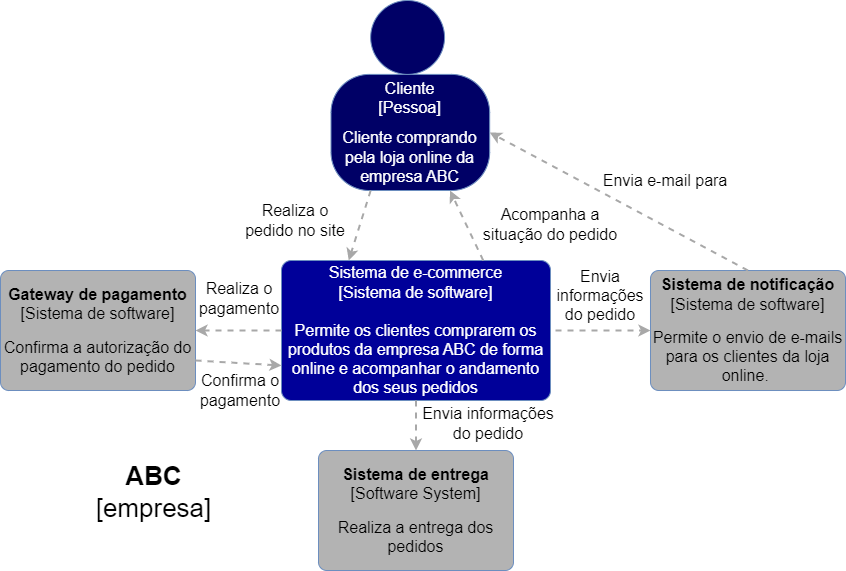
rpicanco/livro-eda keeps this draw.io diagram as cap10/imagens/diagrama-contexto-sistema.png. Above is the earlier version. Source tidied: cells renumbered, new cells last; positions are measured from the earlier drawing's top-left corner, leaving out a move shared by most shapes.
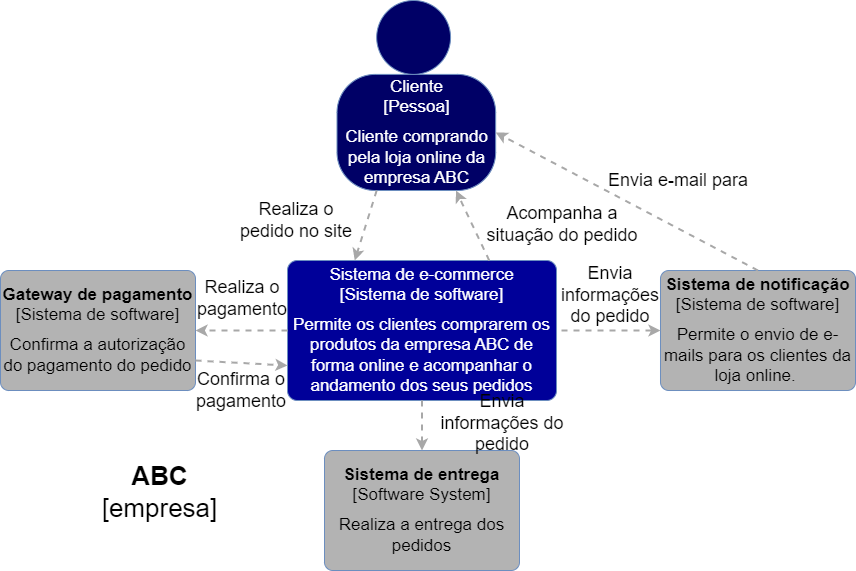
After the commit.

Change to the diagram source:
```diff
@@ -2,22 +2,22 @@
   <root>
     <mxCell id="0" />
     <mxCell id="1" parent="0" />
-    <object id="2" label="&lt;font style=&quot;font-size: 16px;&quot; color=&quot;#ffffff&quot;&gt;Sistema de e-commerce&lt;/font&gt;&lt;div style=&quot;font-size: 16px;&quot;&gt;&lt;font color=&quot;#ffffff&quot; style=&quot;font-size: 16px;&quot;&gt;[Sistema de software]&lt;br&gt;&lt;br&gt;&lt;/font&gt;&lt;/div&gt;&lt;div style=&quot;font-size: 16px;&quot;&gt;&lt;font color=&quot;#ffffff&quot; style=&quot;font-size: 16px;&quot;&gt;Permite os clientes comprarem os produtos da empresa ABC de forma online e acompanhar o andamento dos seus pedidos&lt;/font&gt;&lt;br&gt;&lt;/div&gt;" c4Description="Beschreibung" c4Name="name" c4Type="SoftwareSystem" placeholders="1">
+    <object id="2" label="&lt;font style=&quot;font-size: 17px;&quot; color=&quot;#ffffff&quot;&gt;Sistema de e-commerce&lt;/font&gt;&lt;div style=&quot;font-size: 17px;&quot;&gt;&lt;font color=&quot;#ffffff&quot; style=&quot;font-size: 17px;&quot;&gt;[Sistema de software]&lt;/font&gt;&lt;/div&gt;&lt;div style=&quot;font-size: 8px;&quot;&gt;&lt;font color=&quot;#ffffff&quot; style=&quot;font-size: 8px;&quot;&gt;&lt;br&gt;&lt;/font&gt;&lt;/div&gt;&lt;div style=&quot;font-size: 17px;&quot;&gt;&lt;font color=&quot;#ffffff&quot; style=&quot;font-size: 17px;&quot;&gt;Permite os clientes comprarem os produtos da empresa ABC de forma online e acompanhar o andamento dos seus pedidos&lt;/font&gt;&lt;br&gt;&lt;/div&gt;" c4Description="Beschreibung" c4Name="name" c4Type="SoftwareSystem" placeholders="1">
       <mxCell style="rounded=1;whiteSpace=wrap;html=1;labelBackgroundColor=none;fillColor=#000099;fontColor=#000000;align=center;arcSize=7;strokeColor=#6c8ebf;" parent="1" vertex="1">
         <mxGeometry x="281" y="260" width="269" height="140" as="geometry" />
       </mxCell>
     </object>
-    <object id="3" label="&lt;font style=&quot;font-size: 16px;&quot;&gt;&lt;font style=&quot;font-size: 16px;&quot;&gt;&lt;b style=&quot;&quot;&gt;Sistema de&amp;nbsp;&lt;/b&gt;&lt;/font&gt;&lt;b style=&quot;&quot;&gt;notificação&lt;/b&gt;&lt;/font&gt;&lt;div style=&quot;font-size: 16px;&quot;&gt;&lt;font style=&quot;font-size: 16px;&quot;&gt;[Sistema de software]&lt;/font&gt;&lt;/div&gt;&lt;div&gt;&lt;br&gt;&lt;/div&gt;&lt;div&gt;&lt;font style=&quot;font-size: 16px;&quot;&gt;Permite o envio de e-mails para os clientes da loja online.&amp;nbsp;&lt;/font&gt;&lt;/div&gt;" c4Description="Beschreibung" c4Name="name" c4Type="SoftwareSystem" placeholders="1">
+    <object id="3" label="&lt;font style=&quot;font-size: 17px;&quot;&gt;&lt;font style=&quot;font-size: 17px;&quot;&gt;&lt;b style=&quot;&quot;&gt;Sistema de&amp;nbsp;&lt;/b&gt;&lt;/font&gt;&lt;b style=&quot;&quot;&gt;notificação&lt;/b&gt;&lt;/font&gt;&lt;div style=&quot;font-size: 17px;&quot;&gt;&lt;font style=&quot;font-size: 17px;&quot;&gt;[Sistema de software]&lt;/font&gt;&lt;/div&gt;&lt;div style=&quot;font-size: 8px;&quot;&gt;&lt;font style=&quot;font-size: 8px;&quot;&gt;&lt;br&gt;&lt;/font&gt;&lt;/div&gt;&lt;div style=&quot;font-size: 17px;&quot;&gt;&lt;font style=&quot;font-size: 17px;&quot;&gt;Permite o envio de e-mails para os clientes da loja online.&amp;nbsp;&lt;/font&gt;&lt;/div&gt;" c4Description="Beschreibung" c4Name="name" c4Type="SoftwareSystem" placeholders="1">
       <mxCell style="rounded=1;whiteSpace=wrap;html=1;labelBackgroundColor=none;fillColor=#B3B3B3;fontColor=#000000;align=center;arcSize=7;strokeColor=#6c8ebf;" parent="1" vertex="1">
-        <mxGeometry x="650" y="270" width="195" height="120" as="geometry" />
+        <mxGeometry x="654" y="270" width="195" height="120" as="geometry" />
       </mxCell>
     </object>
-    <object id="4" label="&lt;font style=&quot;font-size: 16px;&quot;&gt;&lt;span style=&quot;background-color: initial;&quot;&gt;&lt;b style=&quot;&quot;&gt;Gateway de pagamento&lt;br&gt;&lt;/b&gt;&lt;/span&gt;&lt;span style=&quot;background-color: initial;&quot;&gt;[Sistema de software]&lt;/span&gt;&lt;/font&gt;&lt;br&gt;&lt;div&gt;&lt;br&gt;&lt;/div&gt;&lt;div&gt;&lt;font style=&quot;font-size: 16px;&quot;&gt;Confirma a autorização do pagamento do pedido&lt;/font&gt;&lt;/div&gt;" c4Description="Beschreibung" c4Name="name" c4Type="SoftwareSystem" placeholders="1">
+    <object id="4" label="&lt;font style=&quot;font-size: 17px;&quot;&gt;&lt;font style=&quot;font-size: 17px;&quot;&gt;&lt;span style=&quot;background-color: initial;&quot;&gt;&lt;b style=&quot;&quot;&gt;Gateway de pagamento&lt;br&gt;&lt;/b&gt;&lt;/span&gt;&lt;span style=&quot;background-color: initial;&quot;&gt;[Sistema de software]&lt;/span&gt;&lt;/font&gt;&lt;br&gt;&lt;/font&gt;&lt;div style=&quot;font-size: 8px;&quot;&gt;&lt;font style=&quot;font-size: 8px;&quot;&gt;&lt;br&gt;&lt;/font&gt;&lt;/div&gt;&lt;div style=&quot;font-size: 17px;&quot;&gt;&lt;font style=&quot;font-size: 17px;&quot;&gt;Confirma a autorização do pagamento do pedido&lt;/font&gt;&lt;/div&gt;" c4Description="Beschreibung" c4Name="name" c4Type="SoftwareSystem" placeholders="1">
       <mxCell style="rounded=1;whiteSpace=wrap;html=1;labelBackgroundColor=none;fillColor=#B3B3B3;fontColor=#000000;align=center;arcSize=7;strokeColor=#6c8ebf;" parent="1" vertex="1">
-        <mxGeometry y="270" width="195" height="120" as="geometry" />
+        <mxGeometry x="-6" y="270" width="195" height="120" as="geometry" />
       </mxCell>
     </object>
-    <object id="5" label="&lt;font style=&quot;font-size: 16px;&quot;&gt;&lt;b style=&quot;&quot;&gt;Sistema de entrega&lt;/b&gt;&lt;/font&gt;&lt;div style=&quot;font-size: 16px;&quot;&gt;&lt;font style=&quot;font-size: 16px;&quot;&gt;[Software System]&lt;/font&gt;&lt;/div&gt;&lt;div&gt;&lt;br&gt;&lt;/div&gt;&lt;div&gt;&lt;font style=&quot;font-size: 16px;&quot;&gt;Realiza a entrega dos pedidos&lt;/font&gt;&lt;/div&gt;" c4Description="Beschreibung" c4Name="name" c4Type="SoftwareSystem" placeholders="1">
+    <object id="5" label="&lt;font style=&quot;font-size: 17px;&quot;&gt;&lt;b style=&quot;&quot;&gt;Sistema de entrega&lt;/b&gt;&lt;/font&gt;&lt;div style=&quot;font-size: 17px;&quot;&gt;&lt;font style=&quot;font-size: 17px;&quot;&gt;[Software System]&lt;/font&gt;&lt;/div&gt;&lt;div style=&quot;font-size: 8px;&quot;&gt;&lt;font style=&quot;font-size: 8px;&quot;&gt;&lt;br&gt;&lt;/font&gt;&lt;/div&gt;&lt;div style=&quot;font-size: 17px;&quot;&gt;&lt;font style=&quot;font-size: 17px;&quot;&gt;Realiza a entrega dos pedidos&lt;/font&gt;&lt;/div&gt;" c4Description="Beschreibung" c4Name="name" c4Type="SoftwareSystem" placeholders="1">
       <mxCell style="rounded=1;whiteSpace=wrap;html=1;labelBackgroundColor=none;fillColor=#B3B3B3;fontColor=#000000;align=center;arcSize=7;strokeColor=#6c8ebf;" parent="1" vertex="1">
         <mxGeometry x="318" y="450" width="195" height="120" as="geometry" />
       </mxCell>
@@ -28,7 +28,7 @@
     <mxCell id="7" style="group;rounded=0;labelBackgroundColor=none;fillColor=none;fontColor=#000000;align=center;html=1;" parent="6" vertex="1">
       <mxGeometry width="158.7" height="190" as="geometry" />
     </mxCell>
-    <object id="8" label="&lt;font color=&quot;#ffffff&quot; style=&quot;font-size: 16px;&quot;&gt;Cliente&lt;/font&gt;&lt;div style=&quot;font-size: 16px;&quot;&gt;&lt;font color=&quot;#ffffff&quot; style=&quot;font-size: 16px;&quot;&gt;[Pessoa]&lt;/font&gt;&lt;/div&gt;&lt;div style=&quot;font-size: 9px;&quot;&gt;&lt;font color=&quot;#ffffff&quot; style=&quot;font-size: 9px;&quot;&gt;&lt;br&gt;&lt;/font&gt;&lt;/div&gt;&lt;div style=&quot;font-size: 16px;&quot;&gt;&lt;font color=&quot;#ffffff&quot; style=&quot;font-size: 16px;&quot;&gt;Cliente comprando pela loja online da empresa ABC&lt;/font&gt;&lt;/div&gt;" c4Description="Beschreibung" c4Name="name" c4Type="body" placeholders="1">
+    <object id="8" label="&lt;font color=&quot;#ffffff&quot; style=&quot;font-size: 17px;&quot;&gt;Cliente&lt;/font&gt;&lt;div style=&quot;font-size: 8px;&quot;&gt;&lt;font color=&quot;#ffffff&quot; style=&quot;font-size: 8px;&quot;&gt;&lt;font style=&quot;font-size: 17px;&quot;&gt;[Pessoa]&lt;/font&gt;&lt;br&gt;&lt;br&gt;&lt;/font&gt;&lt;/div&gt;&lt;div style=&quot;font-size: 17px;&quot;&gt;&lt;font color=&quot;#ffffff&quot; style=&quot;font-size: 17px;&quot;&gt;Cliente comprando pela loja online da empresa ABC&lt;/font&gt;&lt;/div&gt;" c4Description="Beschreibung" c4Name="name" c4Type="body" placeholders="1">
       <mxCell style="rounded=1;whiteSpace=wrap;html=1;labelBackgroundColor=none;fillColor=#000066;fontColor=#000000;align=center;arcSize=33;strokeColor=#6c8ebf;" parent="7" vertex="1">
         <mxGeometry y="73.9" width="158.7" height="116.1" as="geometry" />
       </mxCell>
@@ -42,12 +42,11 @@
     <mxCell id="11" value="&lt;div style=&quot;text-align: left; font-size: 16px;&quot;&gt;&lt;div style=&quot;text-align: center&quot;&gt;&lt;br&gt;&lt;/div&gt;&lt;/div&gt;" style="edgeStyle=none;rounded=0;html=1;entryX=0.25;entryY=0;jettySize=auto;strokeColor=#A8A8A8;strokeWidth=2;fontColor=#000000;jumpStyle=none;dashed=1;exitX=0.25;exitY=1;exitDx=0;exitDy=0;entryDx=0;entryDy=0;" parent="1" edge="1" source="8" target="2">
       <mxGeometry x="-0.08" y="-30" relative="1" as="geometry" />
     </mxCell>
-    <mxCell id="12" value="&lt;div style=&quot;text-align: left; font-size: 16px;&quot;&gt;&lt;div style=&quot;text-align: center&quot;&gt;&lt;br&gt;&lt;/div&gt;&lt;/div&gt;" style="rounded=0;html=1;jettySize=auto;orthogonalLoop=1;strokeColor=#A8A8A8;strokeWidth=2;fontColor=#000000;jumpStyle=none;dashed=1;exitX=1;exitY=0.5;exitDx=0;exitDy=0;" parent="1" edge="1">
-      <mxGeometry y="30" relative="1" as="geometry">
-        <mxPoint x="555" y="330" as="sourcePoint" />
-        <mxPoint x="650" y="330" as="targetPoint" />
-      </mxGeometry>
-    </mxCell>
+    <mxCell id="25" value="&lt;div style=&quot;text-align: left; font-size: 16px;&quot;&gt;&lt;div style=&quot;text-align: center&quot;&gt;&lt;br&gt;&lt;/div&gt;&lt;/div&gt;" style="rounded=0;html=1;jettySize=auto;strokeColor=#A8A8A8;strokeWidth=2;fontColor=#000000;jumpStyle=none;dashed=1;exitX=1;exitY=0.5;exitDx=0;exitDy=0;entryX=0;entryY=0.5;entryDx=0;entryDy=0;" parent="1" edge="1" target="3">
+      <mxGeometry y="30" relative="1" as="geometry">
+        <mxPoint x="555" y="330" as="sourcePoint" />
+      </mxGeometry>
+    </mxCell>
     <mxCell id="13" value="&lt;div style=&quot;text-align: left; font-size: 16px;&quot;&gt;&lt;div style=&quot;text-align: center&quot;&gt;&lt;br&gt;&lt;/div&gt;&lt;/div&gt;" style="edgeStyle=none;rounded=0;html=1;jettySize=auto;strokeColor=#A8A8A8;strokeWidth=2;fontColor=#000000;jumpStyle=none;dashed=1;exitX=1;exitY=0.75;exitDx=0;exitDy=0;entryX=0;entryY=0.75;entryDx=0;entryDy=0;" parent="1" edge="1" source="4" target="2">
       <mxGeometry x="-0.15" y="20" relative="1" as="geometry" />
     </mxCell>
@@ -63,26 +62,26 @@
     <mxCell id="17" value="&lt;div style=&quot;text-align: left&quot;&gt;&lt;div style=&quot;text-align: center&quot;&gt;&lt;br&gt;&lt;/div&gt;&lt;/div&gt;" style="edgeStyle=none;rounded=0;html=1;entryX=1;entryY=0.5;jettySize=auto;strokeColor=#A8A8A8;strokeWidth=2;fontColor=#000000;jumpStyle=none;dashed=1;exitX=0.5;exitY=0;exitDx=0;exitDy=0;entryDx=0;entryDy=0;" parent="1" edge="1" source="3" target="8">
       <mxGeometry x="-0.3" y="-29" relative="1" as="geometry" />
     </mxCell>
-    <mxCell id="18" value="Confirma o pagamento" style="text;html=1;strokeColor=none;fillColor=none;align=center;verticalAlign=middle;whiteSpace=wrap;rounded=0;fontSize=16;" parent="1" vertex="1">
-      <mxGeometry x="190" y="370" width="100" height="40" as="geometry" />
+    <mxCell id="18" value="&lt;font style=&quot;font-size: 18px;&quot;&gt;Confirma o pagamento&lt;/font&gt;" style="text;html=1;strokeColor=none;fillColor=none;align=center;verticalAlign=middle;whiteSpace=wrap;rounded=0;fontSize=16;" parent="1" vertex="1">
+      <mxGeometry x="185" y="370" width="100" height="40" as="geometry" />
     </mxCell>
-    <mxCell id="19" value="Realiza o pagamento" style="text;html=1;strokeColor=none;fillColor=none;align=center;verticalAlign=middle;whiteSpace=wrap;rounded=0;fontSize=16;" parent="1" vertex="1">
-      <mxGeometry x="189" y="278" width="100" height="40" as="geometry" />
+    <mxCell id="19" value="&lt;font style=&quot;font-size: 18px;&quot;&gt;Realiza o pagamento&lt;/font&gt;" style="text;html=1;strokeColor=none;fillColor=none;align=center;verticalAlign=middle;whiteSpace=wrap;rounded=0;fontSize=16;" parent="1" vertex="1">
+      <mxGeometry x="186" y="278" width="100" height="40" as="geometry" />
     </mxCell>
-    <mxCell id="20" value="Envia informações do pedido" style="text;html=1;strokeColor=none;fillColor=none;align=center;verticalAlign=middle;whiteSpace=wrap;rounded=0;fontSize=16;" parent="1" vertex="1">
-      <mxGeometry x="413" y="393" width="150" height="60" as="geometry" />
-    </mxCell>
-    <mxCell id="21" value="Envia informações do pedido" style="text;html=1;strokeColor=none;fillColor=none;align=center;verticalAlign=middle;whiteSpace=wrap;rounded=0;fontSize=16;" parent="1" vertex="1">
-      <mxGeometry x="555" y="265" width="90" height="60" as="geometry" />
-    </mxCell>
+    <mxCell id="26" value="&lt;font style=&quot;font-size: 18px;&quot;&gt;Envia informações do pedido&lt;/font&gt;" style="text;html=1;strokeColor=none;fillColor=none;align=center;verticalAlign=middle;whiteSpace=wrap;rounded=0;fontSize=16;" parent="1" vertex="1">
+      <mxGeometry x="421" y="393" width="150" height="60" as="geometry" />
+    </mxCell>
+    <mxCell id="27" value="&lt;font style=&quot;font-size: 18px;&quot;&gt;Envia informações do pedido&lt;/font&gt;" style="text;html=1;strokeColor=none;fillColor=none;align=center;verticalAlign=middle;whiteSpace=wrap;rounded=0;fontSize=16;" parent="1" vertex="1">
+      <mxGeometry x="559" y="265" width="90" height="60" as="geometry" />
+    </mxCell>
-    <mxCell id="22" value="Realiza o pedido no site" style="text;html=1;strokeColor=none;fillColor=none;align=center;verticalAlign=middle;whiteSpace=wrap;rounded=0;fontSize=16;" parent="1" vertex="1">
-      <mxGeometry x="240" y="200" width="110" height="40" as="geometry" />
+    <mxCell id="22" value="&lt;font style=&quot;font-size: 18px;&quot;&gt;Realiza o pedido no site&lt;/font&gt;" style="text;html=1;strokeColor=none;fillColor=none;align=center;verticalAlign=middle;whiteSpace=wrap;rounded=0;fontSize=16;" parent="1" vertex="1">
+      <mxGeometry x="230" y="200" width="120" height="40" as="geometry" />
     </mxCell>
-    <mxCell id="23" value="Acompanha a situação do pedido" style="text;html=1;strokeColor=none;fillColor=none;align=center;verticalAlign=middle;whiteSpace=wrap;rounded=0;fontSize=16;" parent="1" vertex="1">
-      <mxGeometry x="480" y="204" width="140" height="40" as="geometry" />
+    <mxCell id="23" value="&lt;font style=&quot;font-size: 18px;&quot;&gt;Acompanha a situação do pedido&lt;/font&gt;" style="text;html=1;strokeColor=none;fillColor=none;align=center;verticalAlign=middle;whiteSpace=wrap;rounded=0;fontSize=16;" parent="1" vertex="1">
+      <mxGeometry x="476" y="204" width="160" height="40" as="geometry" />
     </mxCell>
-    <mxCell id="24" value="Envia e-mail para" style="text;html=1;strokeColor=none;fillColor=none;align=center;verticalAlign=middle;whiteSpace=wrap;rounded=0;fontSize=16;" parent="1" vertex="1">
-      <mxGeometry x="600" y="160" width="130" height="40" as="geometry" />
+    <mxCell id="24" value="&lt;font style=&quot;font-size: 18px;&quot;&gt;Envia e-mail para&lt;/font&gt;" style="text;html=1;strokeColor=none;fillColor=none;align=center;verticalAlign=middle;whiteSpace=wrap;rounded=0;fontSize=16;" parent="1" vertex="1">
+      <mxGeometry x="597" y="160" width="150" height="40" as="geometry" />
     </mxCell>
   </root>
 </mxGraphModel>
```
